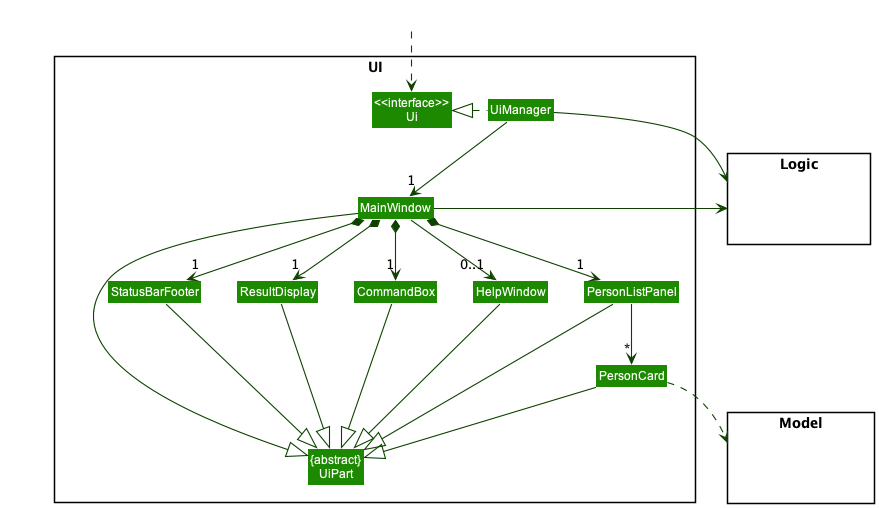
Before: docs/images/UiClassDiagram.png, a diagram exported from PlantUML (nus-cs2103-AY2223S1/tp).
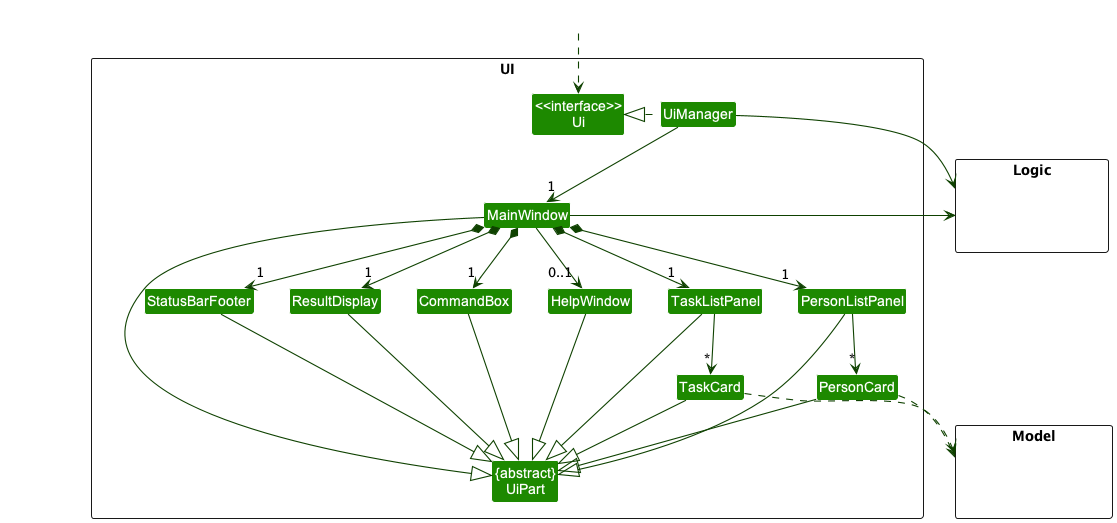
After the change.

Diff of the diagram source:
```diff
@@ -13,6 +13,8 @@
 Class ResultDisplay
 Class PersonListPanel
 Class PersonCard
+Class TaskCard
+Class TaskListPanel
 Class StatusBarFooter
 Class CommandBox
 }
@@ -33,10 +35,12 @@
 MainWindow *-down->  "1" CommandBox
 MainWindow *-down-> "1" ResultDisplay
 MainWindow *-down-> "1" PersonListPanel
+MainWindow *-down-> "1" TaskListPanel
 MainWindow *-down-> "1" StatusBarFooter
 MainWindow --> "0..1" HelpWindow
 
 PersonListPanel -down-> "*" PersonCard
+TaskListPanel -down-> "*" TaskCard
 
 MainWindow -left-|> UiPart
 
@@ -44,14 +48,18 @@
 CommandBox --|> UiPart
 PersonListPanel --|> UiPart
 PersonCard --|> UiPart
+TaskListPanel --|> UiPart
+TaskCard --|> UiPart
 StatusBarFooter --|> UiPart
 HelpWindow --|> UiPart
 
 PersonCard ..> Model
+TaskCard ..> Model
 UiManager -right-> Logic
 MainWindow -left-> Logic
 
 PersonListPanel -[hidden]left- HelpWindow
+TaskListPanel -[hidden]left- HelpWindow
 HelpWindow -[hidden]left- CommandBox
 CommandBox -[hidden]left- ResultDisplay
 ResultDisplay -[hidden]left- StatusBarFooter
```
